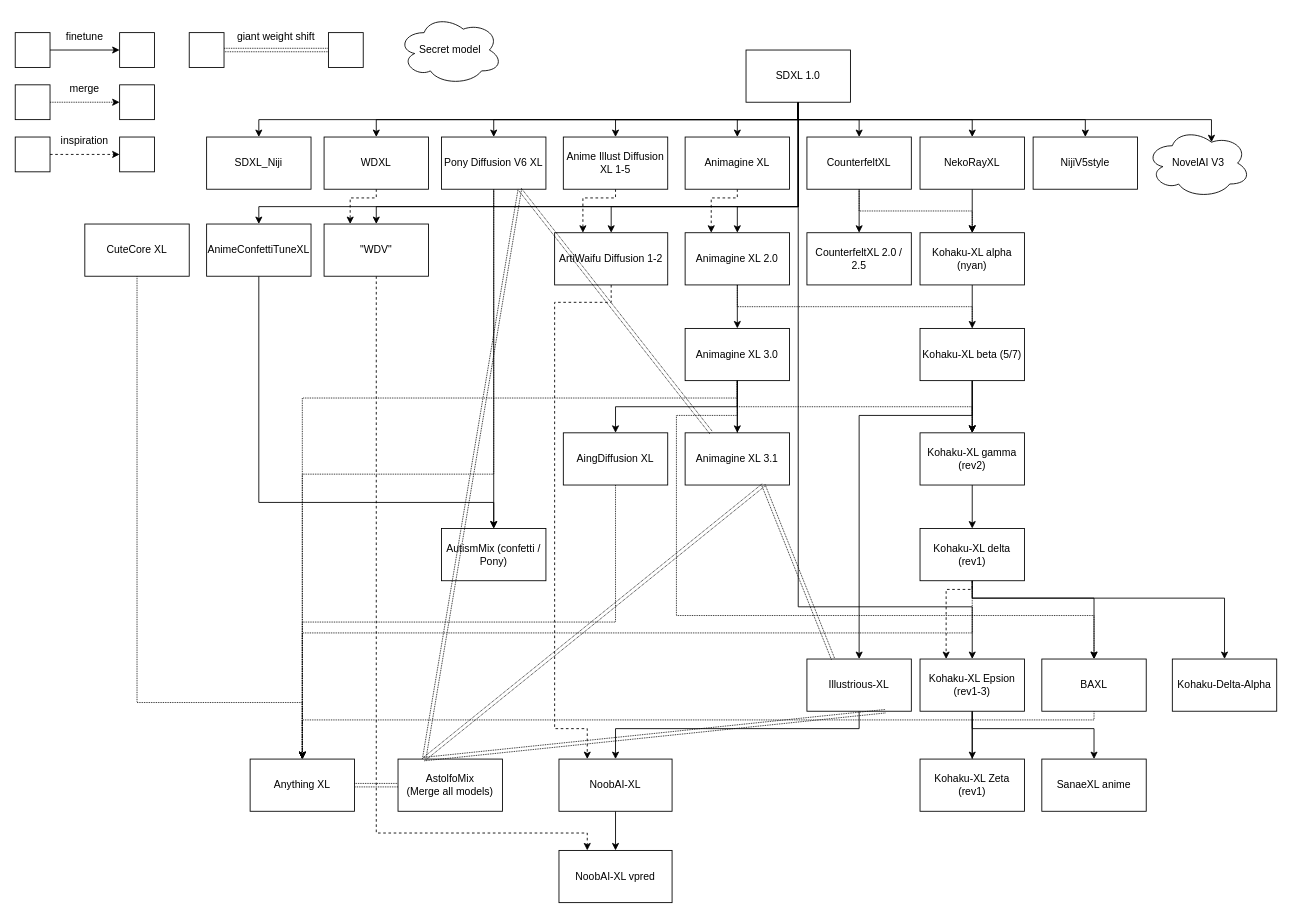
This is ch02/kxl.drawio from 6DammK9/nai-anime-pure-negative-prompt, a draw.io file, before an edit. Source tidied: cells renumbered, new cells numbered last; positions are measured from the earlier drawing's top-left corner, leaving out a move shared by most shapes. Both pictures are drawn from the tidied source at 87%, with x=0, y=0 at pixel (15, 15).
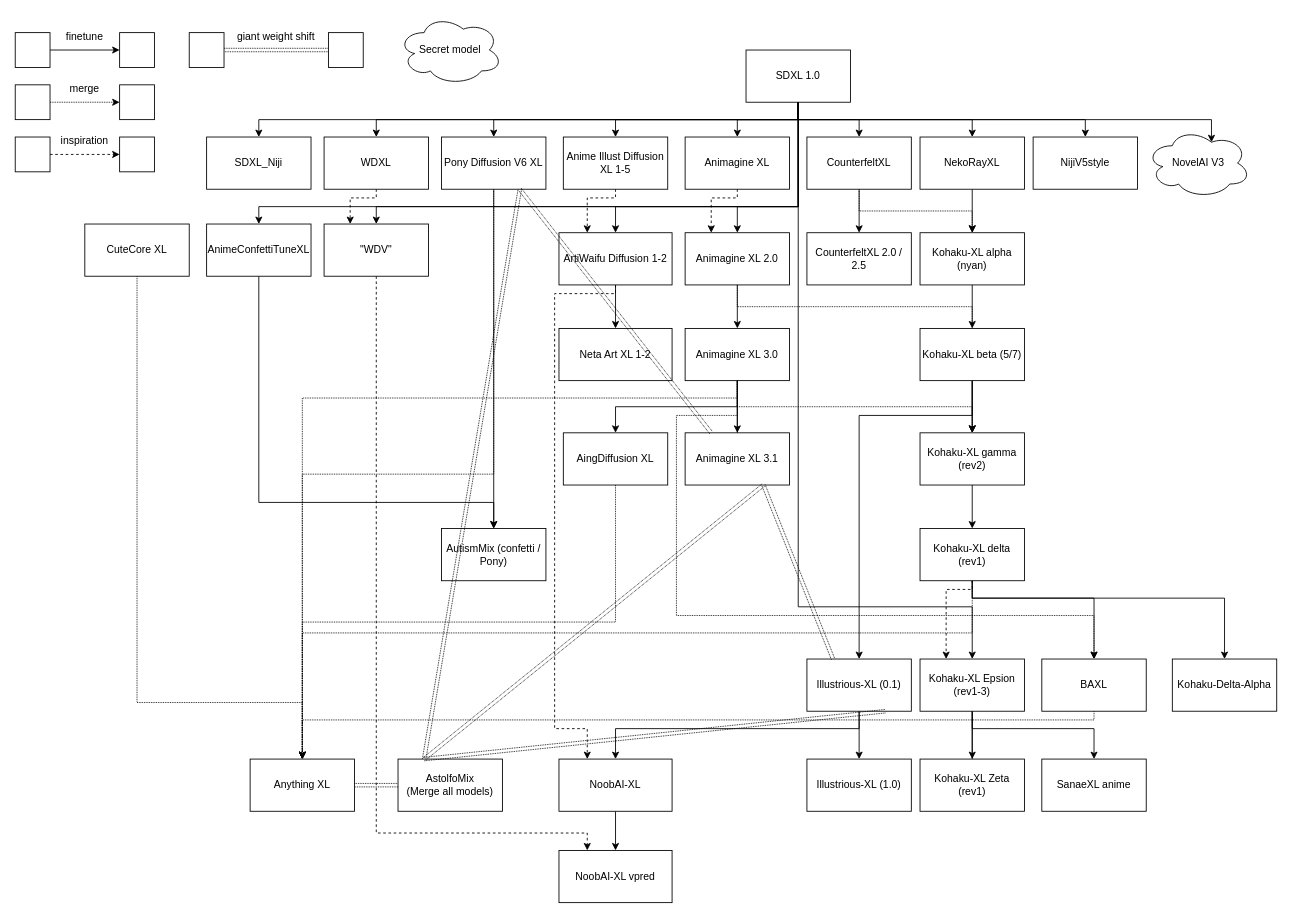
After the change.

Unchanged cells that the change refers to:
```xml
<mxCell id="15" value="SDXL 1.0" style="rounded=0;whiteSpace=wrap;html=1;" parent="1" vertex="1">
  <mxGeometry x="840" y="40" width="120" height="60" as="geometry" />
</mxCell>
<mxCell id="41" value="Anime Illust Diffusion XL 1-5" style="rounded=0;whiteSpace=wrap;html=1;" parent="1" vertex="1">
  <mxGeometry x="630" y="140" width="120" height="60" as="geometry" />
</mxCell>
<mxCell id="45" value="NoobAI-XL" style="rounded=0;whiteSpace=wrap;html=1;" parent="1" vertex="1">
  <mxGeometry x="625" y="855" width="130" height="60" as="geometry" />
</mxCell>
```

What changed in the source:
```diff
@@
+    <mxCell id="109" value="Neta Art XL 1-2" style="rounded=0;whiteSpace=wrap;html=1;" parent="1" vertex="1">
+      <mxGeometry x="625" y="360" width="130" height="60" as="geometry" />
+    </mxCell>
@@
     <mxCell id="8" style="edgeStyle=orthogonalEdgeStyle;rounded=0;jettySize=auto;html=1;exitX=0.5;exitY=1;exitDx=0;exitDy=0;entryX=0.5;entryY=0;entryDx=0;entryDy=0;" parent="1" edge="1" source="15" target="43">
       <mxGeometry relative="1" as="geometry">
         <Array as="points">
           <mxPoint x="900" y="220" />
-          <mxPoint x="685" y="220" />
+          <mxPoint x="690" y="220" />
         </Array>
       </mxGeometry>
     </mxCell>
@@
     <mxCell id="40" style="edgeStyle=orthogonalEdgeStyle;rounded=0;jettySize=auto;html=1;exitX=0.5;exitY=1;exitDx=0;exitDy=0;entryX=0.25;entryY=0;entryDx=0;entryDy=0;dashed=1;" parent="1" edge="1" source="41" target="43">
       <mxGeometry relative="1" as="geometry">
         <Array as="points">
           <mxPoint x="690" y="210" />
-          <mxPoint x="653" y="210" />
+          <mxPoint x="658" y="210" />
         </Array>
       </mxGeometry>
     </mxCell>
@@
     <mxCell id="42" style="edgeStyle=orthogonalEdgeStyle;rounded=0;jettySize=auto;html=1;exitX=0.5;exitY=1;exitDx=0;exitDy=0;entryX=0.25;entryY=0;entryDx=0;entryDy=0;dashed=1;" parent="1" edge="1" source="43" target="45">
       <mxGeometry relative="1" as="geometry">
         <Array as="points">
-          <mxPoint x="685" y="330" />
-          <mxPoint x="620" y="330" />
+          <mxPoint x="690" y="320" />
+          <mxPoint x="620" y="320" />
           <mxPoint x="620" y="820" />
           <mxPoint x="658" y="820" />
         </Array>
       </mxGeometry>
     </mxCell>
+    <mxCell id="110" style="edgeStyle=orthogonalEdgeStyle;rounded=0;jettySize=auto;html=1;exitX=0.5;exitY=1;exitDx=0;exitDy=0;entryX=0.5;entryY=0;entryDx=0;entryDy=0;" parent="1" edge="1" source="43" target="109">
+      <mxGeometry relative="1" as="geometry" />
+    </mxCell>
     <mxCell id="43" value="ArtiWaifu Diffusion 1-2" style="rounded=0;whiteSpace=wrap;html=1;" parent="1" vertex="1">
-      <mxGeometry x="620" y="250" width="130" height="60" as="geometry" />
+      <mxGeometry x="625" y="250" width="130" height="60" as="geometry" />
     </mxCell>
@@
+    <mxCell id="111" style="edgeStyle=orthogonalEdgeStyle;rounded=0;jettySize=auto;html=1;exitX=0.5;exitY=1;exitDx=0;exitDy=0;entryX=0.5;entryY=0;entryDx=0;entryDy=0;" parent="1" edge="1" source="47" target="112">
+      <mxGeometry relative="1" as="geometry" />
+    </mxCell>
-    <mxCell id="47" value="&lt;div&gt;Illustrious-XL&lt;/div&gt;" style="rounded=0;whiteSpace=wrap;html=1;" parent="1" vertex="1">
+    <mxCell id="47" value="&lt;div&gt;Illustrious-XL (0.1)&lt;/div&gt;" style="rounded=0;whiteSpace=wrap;html=1;" parent="1" vertex="1">
       <mxGeometry x="910" y="740" width="120" height="60" as="geometry" />
     </mxCell>
@@
+    <mxCell id="112" value="&lt;div&gt;Illustrious-XL (1.0)&lt;/div&gt;" style="rounded=0;whiteSpace=wrap;html=1;" parent="1" vertex="1">
+      <mxGeometry x="910" y="855" width="120" height="60" as="geometry" />
+    </mxCell>
```
